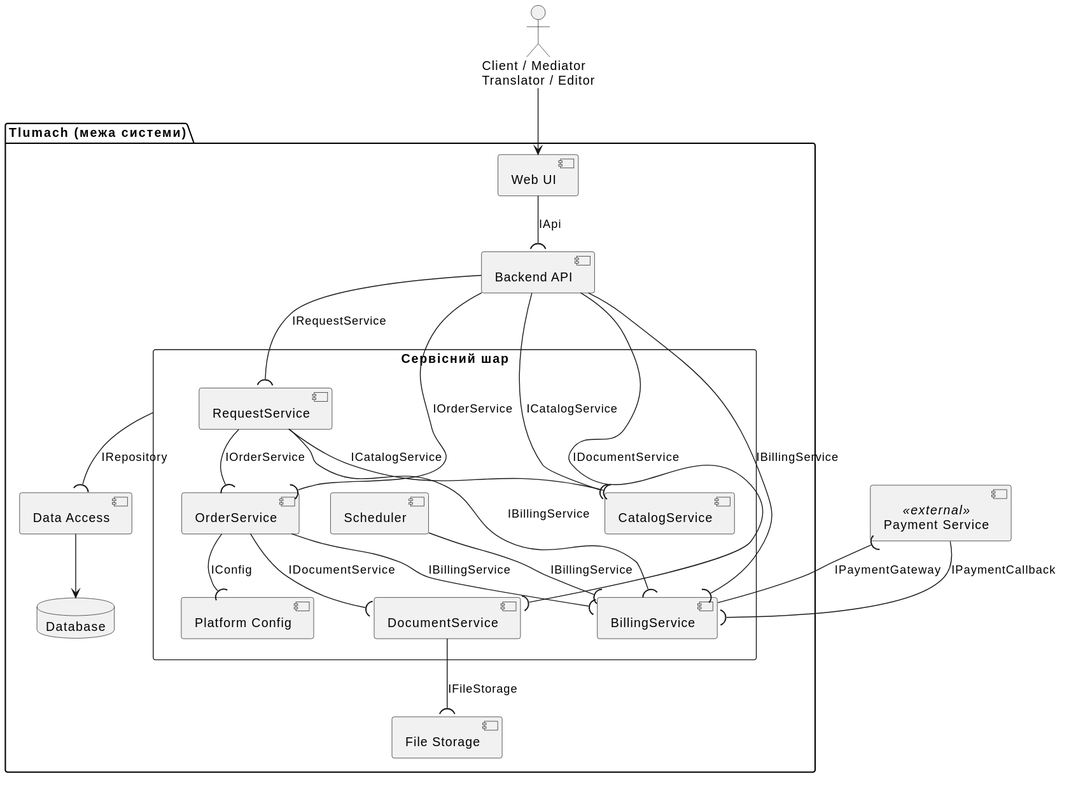
Above: lab-5/diagrams/component.svg in d4xaris/tlumach (PlantUML), before the change. Its diagram source:
```plantuml
@startuml
top to bottom direction
skinparam shadowing false
skinparam componentStyle uml2
skinparam nodesep 35
skinparam ranksep 45

actor "Client / Mediator\nTranslator / Editor" as Users

package "Tlumach (межа системи)" {

  component "Web UI" as UI
  component "Backend API" as API

  rectangle "Сервісний шар" as L3 {
    component "RequestService" as RS
    component "Scheduler" as SCH
    component "OrderService" as OS
    component "BillingService" as BS
    component "DocumentService" as DS
    component "CatalogService" as CS
    component "Platform Config" as CFG
  }

  component "Data Access" as DAL
  component "File Storage" as FS
  database "Database" as DB
}

component "Payment Service" as PAY <<external>>

Users -down-> UI
UI -down-( API : IApi

API -down-( RS : IRequestService
API -down-( OS : IOrderService
API -down-( BS : IBillingService
API -down-( DS : IDocumentService
API -down-( CS : ICatalogService

RS -down-( OS : IOrderService
SCH -down-( BS : IBillingService
OS -down-( BS : IBillingService
OS -down-( DS : IDocumentService
OS -down-( CFG : IConfig
RS -down-( CS : ICatalogService
RS -down-( BS : IBillingService

L3 -down-( DAL : IRepository
DS -down-( FS : IFileStorage
DAL -down-> DB

BS -right-( PAY : IPaymentGateway
PAY -down-( BS : IPaymentCallback
@enduml
```
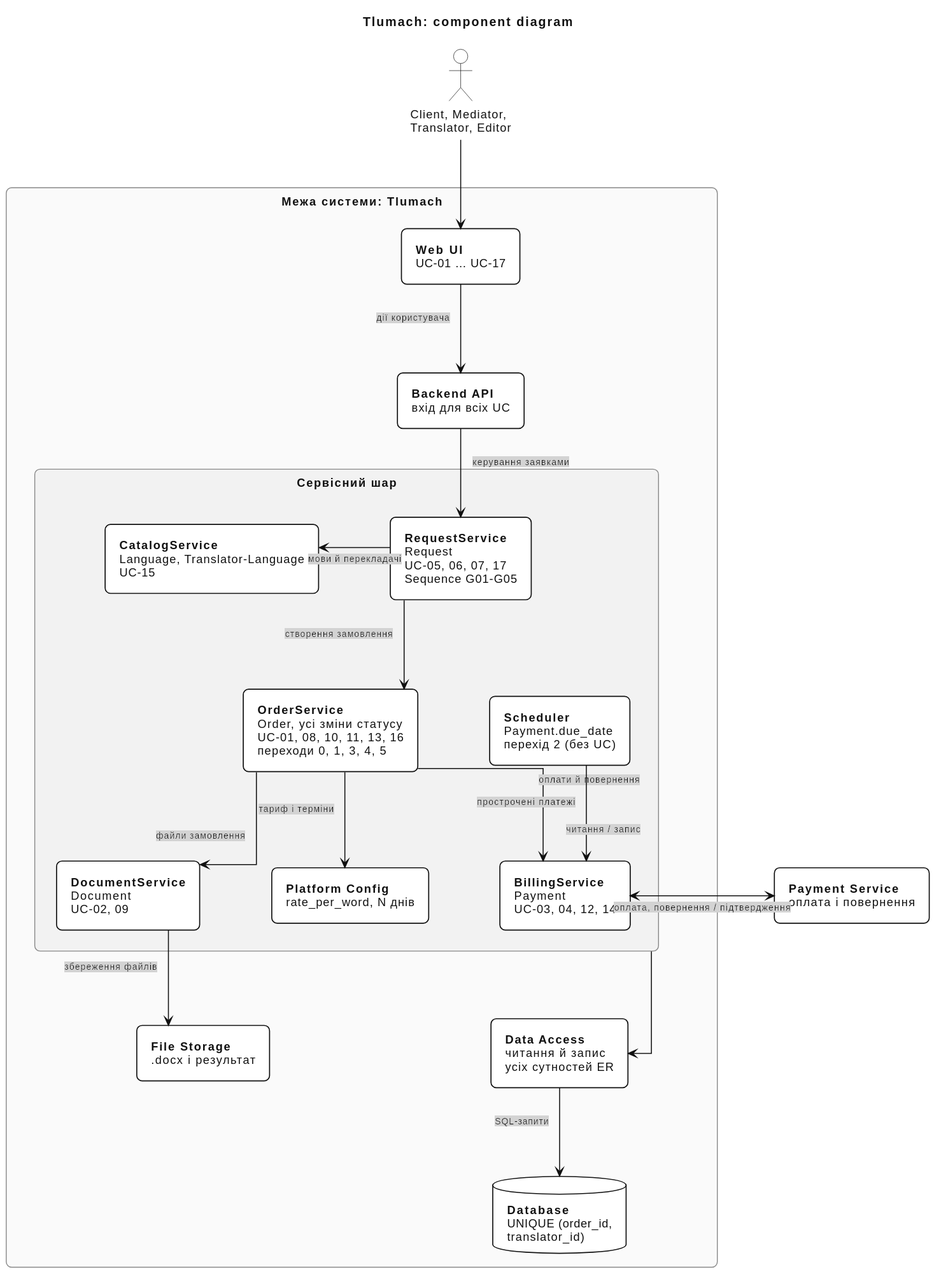
The same file after the commit.

What changed in the source:
```diff
@@ -1,55 +1,105 @@
 @startuml
+title Tlumach: component diagram
+
 top to bottom direction
+skinparam linetype ortho
 skinparam shadowing false
-skinparam componentStyle uml2
-skinparam nodesep 35
-skinparam ranksep 45
+skinparam roundCorner 12
+skinparam defaultFontName Arial
+skinparam defaultFontSize 13
+skinparam defaultFontColor #111111
+skinparam backgroundColor #FFFFFF
+skinparam componentStyle rectangle
+skinparam nodesep 80
+skinparam ranksep 100
+skinparam padding 6
+hide stereotype
 
-actor "Client / Mediator\nTranslator / Editor" as Users
+skinparam ArrowColor #111111
+skinparam ArrowThickness 1.1
+skinparam ArrowFontSize 10
+skinparam ArrowFontColor #111111
 
-package "Tlumach (межа системи)" {
+skinparam actor {
+  BackgroundColor #FFFFFF
+  BorderColor #111111
+}
+skinparam rectangle {
+  BackgroundColor #FFFFFF
+  BorderColor #111111
+  BorderThickness 1.2
+}
+skinparam rectangle<<boundary>> {
+  BackgroundColor #FAFAFA
+  BorderColor #888888
+  BorderThickness 1
+  FontStyle bold
+}
+skinparam rectangle<<layer>> {
+  BackgroundColor #F2F2F2
+  BorderColor #888888
+  BorderThickness 1
+  FontStyle bold
+}
+skinparam component {
+  BackgroundColor #FFFFFF
+  BorderColor #111111
+  BorderThickness 1.2
+}
+skinparam database {
+  BackgroundColor #FFFFFF
+  BorderColor #111111
+  BorderThickness 1.2
+}
 
-  component "Web UI" as UI
-  component "Backend API" as API
+actor "Client, Mediator,\nTranslator, Editor" as Users
 
-  rectangle "Сервісний шар" as L3 {
-    component "RequestService" as RS
-    component "Scheduler" as SCH
-    component "OrderService" as OS
-    component "BillingService" as BS
-    component "DocumentService" as DS
-    component "CatalogService" as CS
-    component "Platform Config" as CFG
+rectangle "Межа системи: Tlumach" <<boundary>> as SYS {
+
+  component "**Web UI**\nUC-01 … UC-17" as UI
+  component "**Backend API**\nвхід для всіх UC" as API
+
+  rectangle "Сервісний шар" <<layer>> as L3 {
+    component "**CatalogService**\nLanguage, Translator-Language\nUC-15" as CS
+    component "**RequestService**\nRequest\nUC-05, 06, 07, 17\nSequence G01-G05" as RS
+
+    component "**OrderService**\nOrder, усі зміни статусу\nUC-01, 08, 10, 11, 13, 16\nпереходи 0, 1, 3, 4, 5" as OS
+    component "**Scheduler**\nPayment.due_date\nперехід 2 (без UC)" as SCH
+
+    component "**DocumentService**\nDocument\nUC-02, 09" as DS
+    component "**Platform Config**\nrate_per_word, N днів" as CFG
+    component "**BillingService**\nPayment\nUC-03, 04, 12, 14" as BS
   }
 
-  component "Data Access" as DAL
-  component "File Storage" as FS
-  database "Database" as DB
+  component "**File Storage**\n.docx і результат" as FS
+  component "**Data Access**\nчитання й запис\nусіх сутностей ER" as DAL
+  database "**Database**\nUNIQUE (order_id,\ntranslator_id)" as DB
 }
 
-component "Payment Service" as PAY <<external>>
+component "**Payment Service**\nоплата і повернення" as PAY
+
+CS -[hidden]right- RS
+OS -[hidden]right- SCH
+DS -[hidden]right- CFG
+CFG -[hidden]right- BS
+RS -[hidden]down- SCH
+FS -[hidden]right- DAL
 
 Users -down-> UI
-UI -down-( API : IApi
+UI -down-> API : <back:#D3D3D3>  дії користувача  </back>
+API -down-> RS : <back:#D3D3D3>  керування заявками  </back>
 
-API -down-( RS : IRequestService
-API -down-( OS : IOrderService
-API -down-( BS : IBillingService
-API -down-( DS : IDocumentService
-API -down-( CS : ICatalogService
+RS -left-> CS : <back:#D3D3D3>  мови й перекладачі  </back>
+RS -down-> OS : <back:#D3D3D3>  створення замовлення  </back>
 
-RS -down-( OS : IOrderService
-SCH -down-( BS : IBillingService
-OS -down-( BS : IBillingService
-OS -down-( DS : IDocumentService
-OS -down-( CFG : IConfig
-RS -down-( CS : ICatalogService
-RS -down-( BS : IBillingService
+OS -down-> DS : <back:#D3D3D3>  файли замовлення  </back>
+OS -down-> CFG : <back:#D3D3D3>  тариф і терміни  </back>
+OS -down-> BS : <back:#D3D3D3>  оплати й повернення  </back>
+SCH -down-> BS : <back:#D3D3D3>  прострочені платежі  </back>
 
-L3 -down-( DAL : IRepository
-DS -down-( FS : IFileStorage
-DAL -down-> DB
+DS -down-> FS : <back:#D3D3D3>  збереження файлів  </back>
+L3 -down-> DAL : <back:#D3D3D3>  читання / запис  </back>
+DAL -down-> DB : <back:#D3D3D3>  SQL-запити  </back>
 
-BS -right-( PAY : IPaymentGateway
-PAY -down-( BS : IPaymentCallback
+BS <-right-> PAY : <back:#D3D3D3>  оплата, повернення / підтвердження  </back>
 @enduml
```
